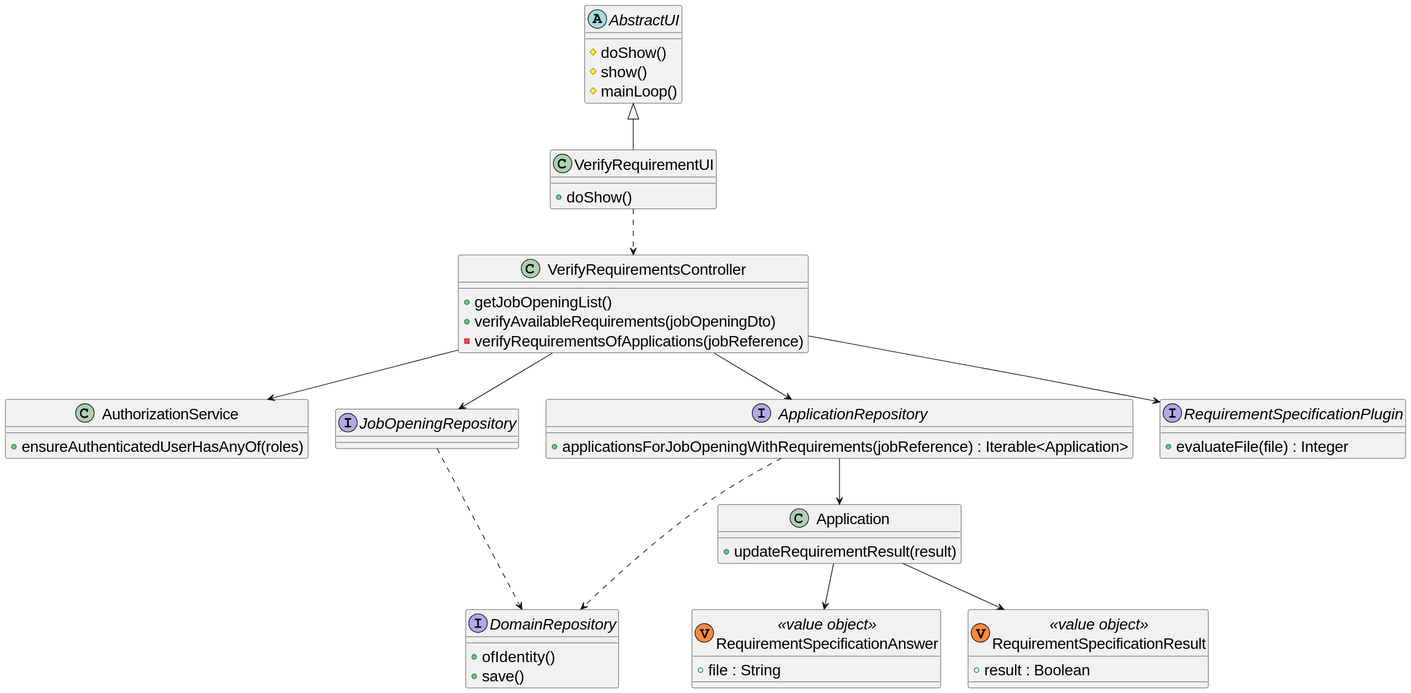
The PlantUML diagram docs/sprint-c/us_1015/class-diagram.svg in rita-barbosa/LAPR4-2324, before a commit. The source it was exported from:
```plantuml
@startuml
skinparamlocked defaultFontSize 20



abstract class AbstractUI {
    # doShow()
    # show()
    # mainLoop()
}

class VerifyRequirementUI{
+ doShow()
}

class VerifyRequirementsController {
+ getJobOpeningList()
+ verifyAvailableRequirements(jobOpeningDto)
- verifyRequirementsOfApplications(jobReference)
}

class AuthorizationService {
+ ensureAuthenticatedUserHasAnyOf(roles)
}

interface JobOpeningRepository {
}
interface ApplicationRepository {
+ applicationsForJobOpeningWithRequirements(jobReference) : Iterable<Application>
}
interface DomainRepository{
+ ofIdentity()
+ save()
}

interface RequirementSpecificationPlugin{
+ evaluateFile(file) : Integer
}

class Application {
+ updateRequirementResult(result)
}

class RequirementSpecificationAnswer <<(V,#FF8B40) value object>> {
+ file : String
}

class RequirementSpecificationResult <<(V,#FF8B40) value object>> {
+ result : Boolean
}

AbstractUI <|-- VerifyRequirementUI
VerifyRequirementUI .-> VerifyRequirementsController
VerifyRequirementsController --> AuthorizationService
VerifyRequirementsController --> JobOpeningRepository
VerifyRequirementsController --> ApplicationRepository
VerifyRequirementsController --> RequirementSpecificationPlugin

ApplicationRepository --> Application
Application --> RequirementSpecificationAnswer
Application --> RequirementSpecificationResult


JobOpeningRepository .--> DomainRepository
ApplicationRepository .--> DomainRepository
@enduml
```
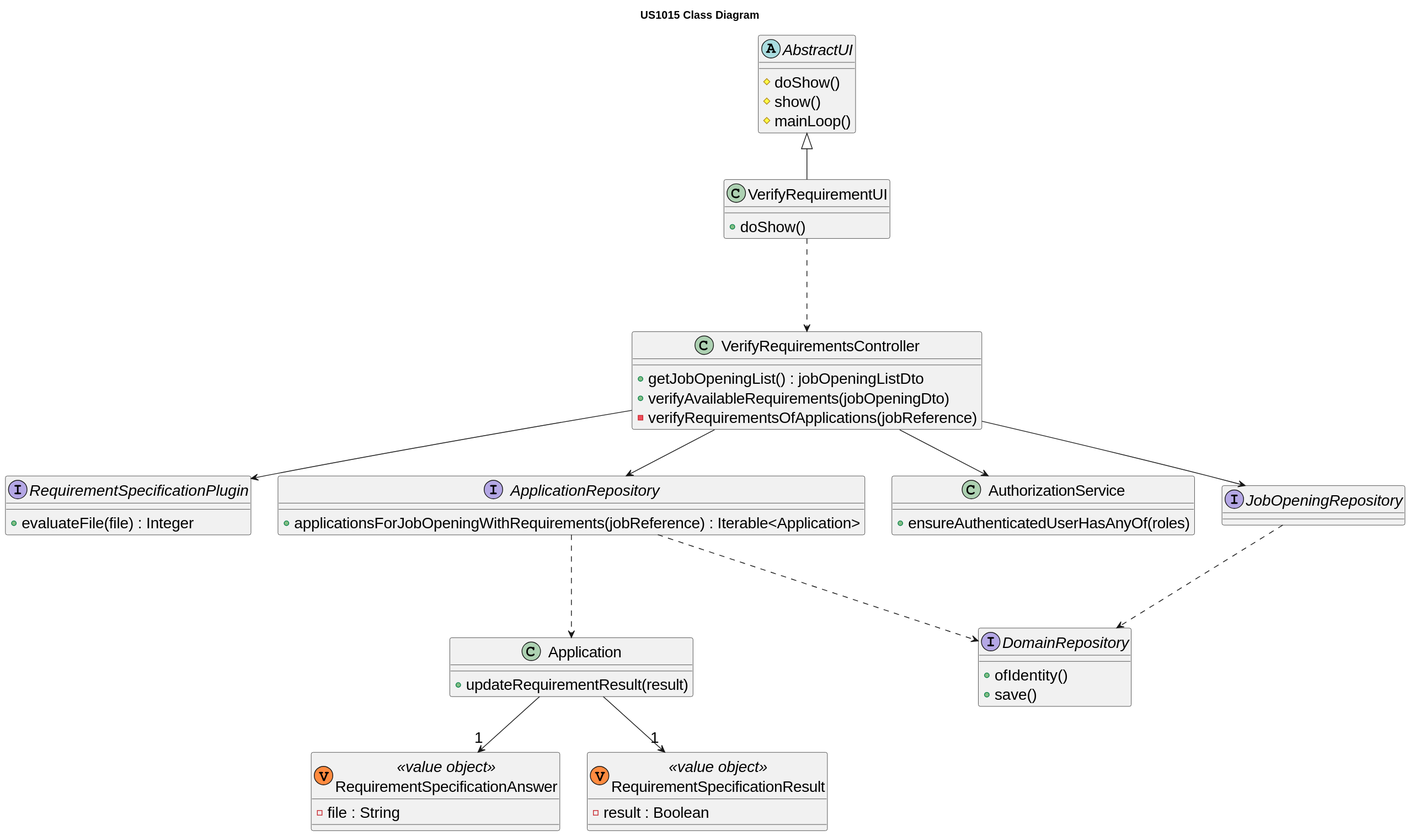
After the commit.

Commit message:
docs: adds class diagram of us1015. [#168]

Diff of the diagram source:
```diff
@@ -1,5 +1,7 @@
 @startuml
 skinparamlocked defaultFontSize 20
+
+title US1015 Class Diagram
 
 
 
@@ -9,58 +11,67 @@
     # mainLoop()
 }
 
-class VerifyRequirementUI{
+
+class VerifyRequirementUI {
 + doShow()
 }
 
-class VerifyRequirementsController {
-+ getJobOpeningList()
+class VerifyRequirementsController  {
++ getJobOpeningList() : jobOpeningListDto
 + verifyAvailableRequirements(jobOpeningDto)
 - verifyRequirementsOfApplications(jobReference)
 }
 
-class AuthorizationService {
-+ ensureAuthenticatedUserHasAnyOf(roles)
+interface RequirementSpecificationPlugin {
++ evaluateFile(file) : Integer
 }
 
-interface JobOpeningRepository {
-}
 interface ApplicationRepository {
 + applicationsForJobOpeningWithRequirements(jobReference) : Iterable<Application>
-}
-interface DomainRepository{
-+ ofIdentity()
-+ save()
-}
-
-interface RequirementSpecificationPlugin{
-+ evaluateFile(file) : Integer
 }
 
 class Application {
 + updateRequirementResult(result)
 }
 
+
+class AuthorizationService {
++ ensureAuthenticatedUserHasAnyOf(roles)
+}
+
+
 class RequirementSpecificationAnswer <<(V,#FF8B40) value object>> {
-+ file : String
+- file : String
 }
 
 class RequirementSpecificationResult <<(V,#FF8B40) value object>> {
-+ result : Boolean
+- result : Boolean
+}
+
+interface JobOpeningRepository {
+}
+
+
+
+interface DomainRepository {
++ ofIdentity()
++ save()
 }
 
 AbstractUI <|-- VerifyRequirementUI
-VerifyRequirementUI .-> VerifyRequirementsController
+
+VerifyRequirementUI .--> VerifyRequirementsController
+
 VerifyRequirementsController --> AuthorizationService
 VerifyRequirementsController --> JobOpeningRepository
 VerifyRequirementsController --> ApplicationRepository
 VerifyRequirementsController --> RequirementSpecificationPlugin
 
-ApplicationRepository --> Application
-Application --> RequirementSpecificationAnswer
-Application --> RequirementSpecificationResult
+ApplicationRepository .--> Application
+Application --> "1" RequirementSpecificationResult
+Application --> "1" RequirementSpecificationAnswer
 
 
+ApplicationRepository .--> DomainRepository
 JobOpeningRepository .--> DomainRepository
-ApplicationRepository .--> DomainRepository
 @enduml
```
